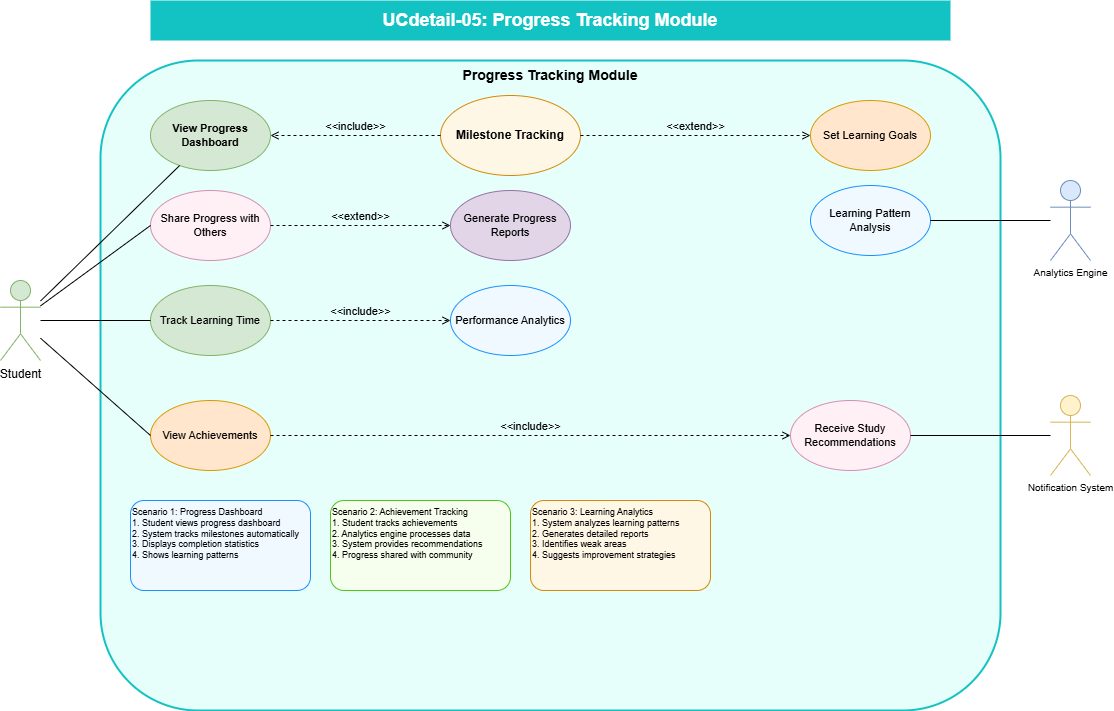
Above: dsa-visualizer/academic-project/images/UCdetail-05-progress-tracking.png in HieNguyen08/dsa-visualizer (draw.io), before the change. Source tidied: cells renumbered, new cells last; positions are measured from the earlier drawing's top-left corner, leaving out a move shared by most shapes.
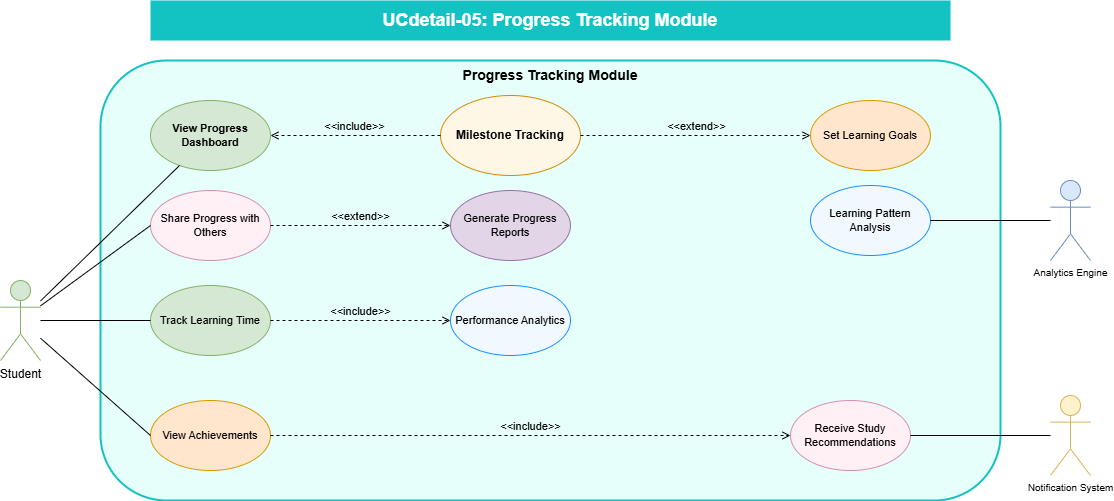
After the change.

The edit, as a diff of the source:
```diff
@@ -6,7 +6,7 @@
       <mxGeometry x="150" width="800" height="40" as="geometry" />
     </mxCell>
     <mxCell id="3" value="Progress Tracking Module" style="rounded=1;whiteSpace=wrap;html=1;fontSize=14;fontStyle=1;fillColor=#e6fffb;strokeColor=#13c2c2;strokeWidth=2;verticalAlign=top;" parent="1" vertex="1">
-      <mxGeometry x="100" y="60" width="900" height="650" as="geometry" />
+      <mxGeometry x="100" y="60" width="900" height="440" as="geometry" />
     </mxCell>
     <mxCell id="4" value="Student" style="shape=umlActor;verticalLabelPosition=bottom;verticalAlign=top;html=1;outlineConnect=0;fontSize=12;fillColor=#d5e8d4;strokeColor=#82b366;" parent="1" vertex="1">
       <mxGeometry y="280" width="40" height="80" as="geometry" />
@@ -50,15 +50,6 @@
     <mxCell id="17" style="endArrow=none;html=1;rounded=0;fontSize=12;startSize=8;endSize=8;exitX=1;exitY=0.5;" parent="1" edge="1" source="4" target="8">
       <mxGeometry relative="1" as="geometry" />
     </mxCell>
-    <mxCell id="18" value="Scenario 1: Progress Dashboard&#10;1. Student views progress dashboard&#10;2. System tracks milestones automatically&#10;3. Displays completion statistics&#10;4. Shows learning patterns" style="rounded=1;whiteSpace=wrap;html=1;fontSize=9;align=left;verticalAlign=top;fillColor=#f0f9ff;strokeColor=#1890ff;" parent="1" vertex="1">
-      <mxGeometry x="130" y="500" width="180" height="90" as="geometry" />
-    </mxCell>
-    <mxCell id="19" value="Scenario 2: Achievement Tracking&#10;1. Student tracks achievements&#10;2. Analytics engine processes data&#10;3. System provides recommendations&#10;4. Progress shared with community" style="rounded=1;whiteSpace=wrap;html=1;fontSize=9;align=left;verticalAlign=top;fillColor=#f6ffed;strokeColor=#52c41a;" parent="1" vertex="1">
-      <mxGeometry x="330" y="500" width="180" height="90" as="geometry" />
-    </mxCell>
-    <mxCell id="20" value="Scenario 3: Learning Analytics&#10;1. System analyzes learning patterns&#10;2. Generates detailed reports&#10;3. Identifies weak areas&#10;4. Suggests improvement strategies" style="rounded=1;whiteSpace=wrap;html=1;fontSize=9;align=left;verticalAlign=top;fillColor=#fff7e6;strokeColor=#d48806;" parent="1" vertex="1">
-      <mxGeometry x="530" y="500" width="180" height="90" as="geometry" />
-    </mxCell>
     <mxCell id="21" style="endArrow=none;html=1;rounded=0;fontSize=12;startSize=8;endSize=8;exitX=0;exitY=0.5;entryX=1;entryY=0.5;entryDx=0;entryDy=0;" parent="1" edge="1" source="6" target="15">
       <mxGeometry relative="1" as="geometry" />
     </mxCell>
```
